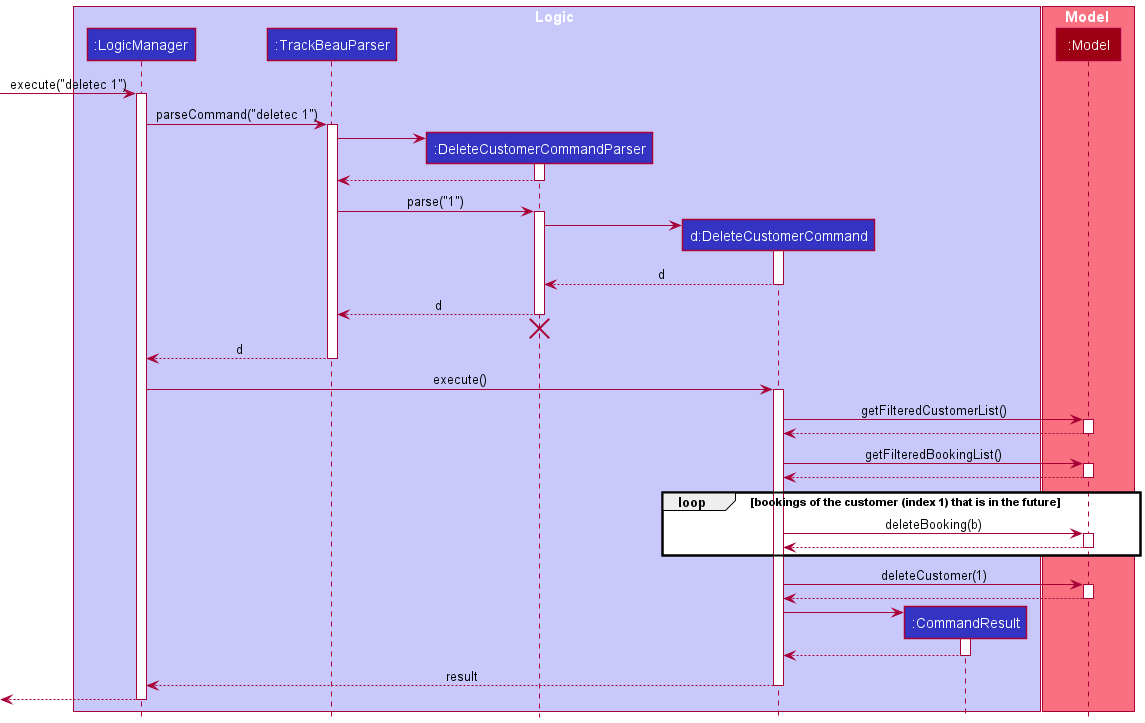
Above: docs/images/DeleteSequenceDiagram.png in nus-cs2103-AY2122S2/tp (PlantUML), before the change.
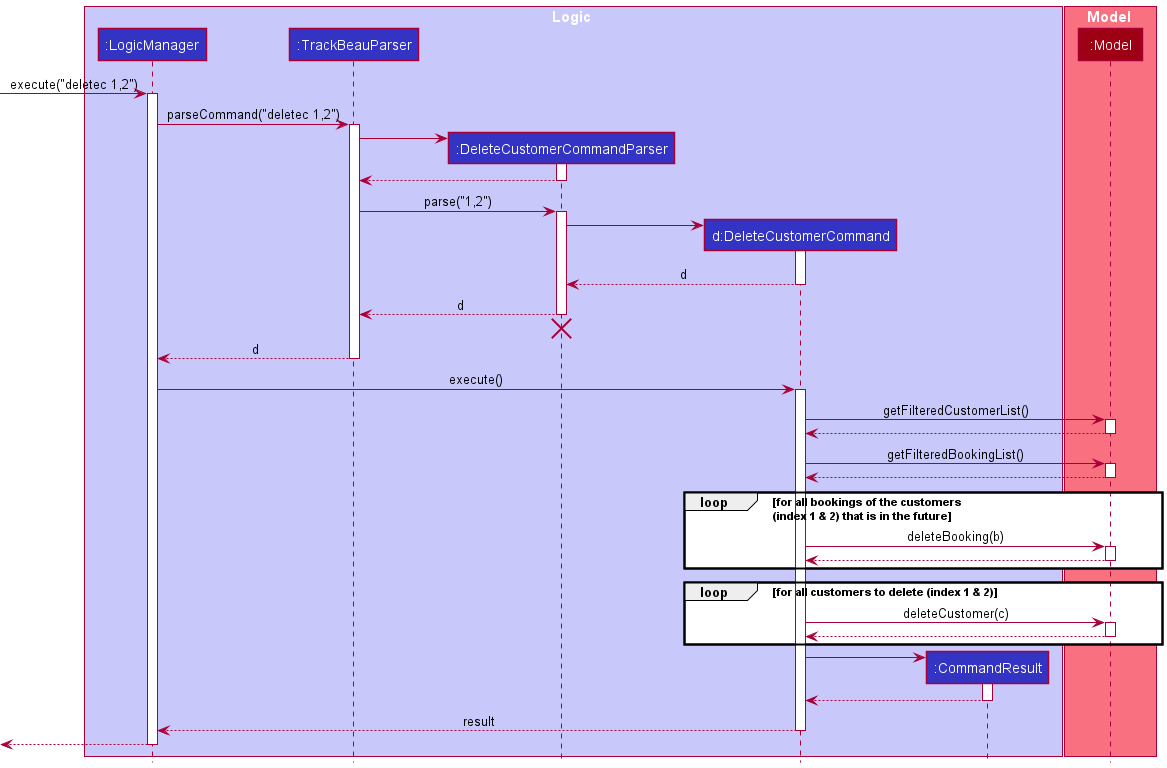
After the change.

Commit message:
Update delete sequence diagram

The edit, as a diff of the source:
```diff
@@ -13,10 +13,10 @@
 participant ":Model" as Model MODEL_COLOR
 end box
 
-[-> LogicManager : execute("deletec 1")
+[-> LogicManager : execute("deletec 1,2")
 activate LogicManager
 
-LogicManager -> TrackBeauParser : parseCommand("deletec 1")
+LogicManager -> TrackBeauParser : parseCommand("deletec 1,2")
 activate TrackBeauParser
 
 create DeleteCustomerCommandParser
@@ -26,7 +26,7 @@
 DeleteCustomerCommandParser --> TrackBeauParser
 deactivate DeleteCustomerCommandParser
 
-TrackBeauParser -> DeleteCustomerCommandParser : parse("1")
+TrackBeauParser -> DeleteCustomerCommandParser : parse("1,2")
 activate DeleteCustomerCommandParser
 
 create DeleteCustomerCommand
@@ -57,7 +57,7 @@
 Model --> DeleteCustomerCommand
 deactivate Model
 
-loop bookings of the customer (index 1) that is in the future
+loop for all bookings of the customers \n(index 1 & 2) that is in the future
 
     DeleteCustomerCommand -> Model : deleteBooking(b)
     activate Model
@@ -65,10 +65,12 @@
     deactivate Model
 end
 
-DeleteCustomerCommand -> Model : deleteCustomer(1)
-activate Model
-Model --> DeleteCustomerCommand
-deactivate Model
+loop for all customers to delete (index 1 & 2)
+    DeleteCustomerCommand -> Model : deleteCustomer(c)
+    activate Model
+    Model --> DeleteCustomerCommand
+    deactivate Model
+end
 
 create CommandResult
 DeleteCustomerCommand -> CommandResult
```
